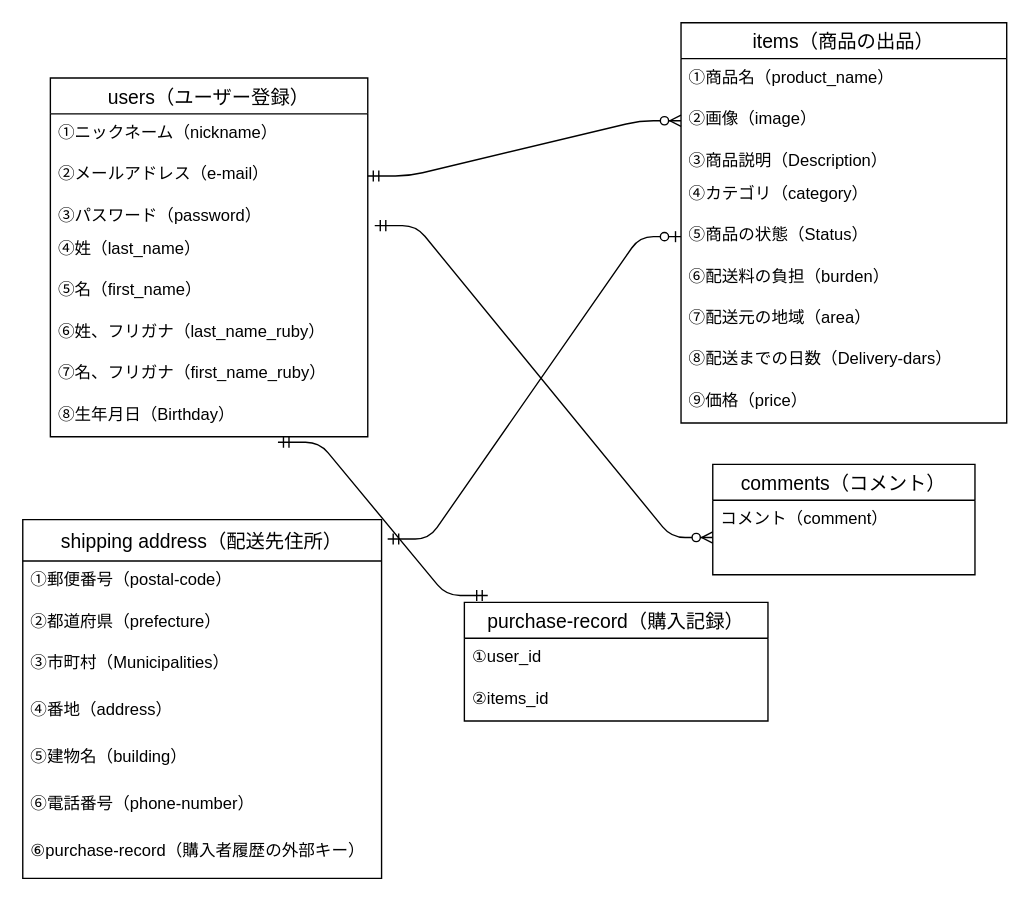
Earlier version of the draw.io diagram test.dio (GYO002/furima-35723). Source tidied: cells renumbered, new cells numbered last; positions are measured from the earlier drawing's top-left corner, leaving out a move shared by most shapes. Both pictures are drawn from the tidied source at 138%, with x=0, y=0 at pixel (22, 22).
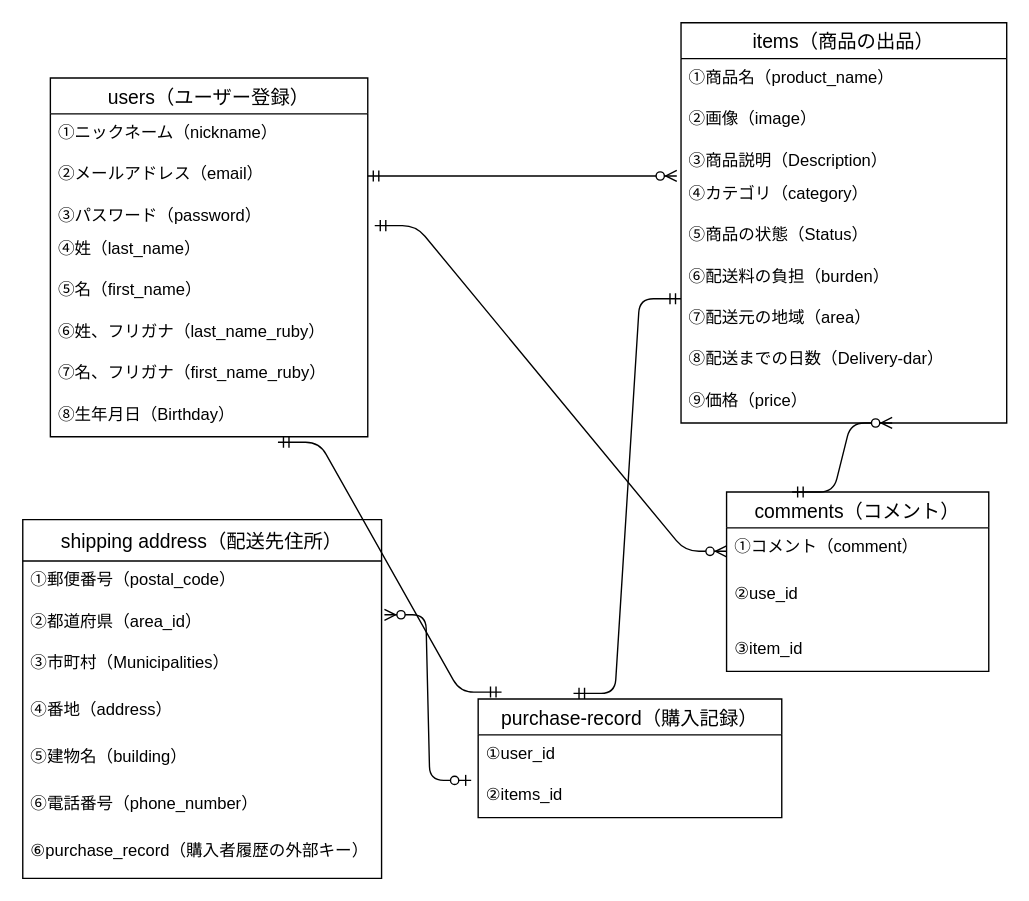
Above is the later version.

The change refers to these unchanged cells:
```xml
<mxCell id="2" value="users（ユーザー登録）" style="swimlane;fontStyle=0;horizontal=1;startSize=26;align=center;fontSize=14;" parent="1" vertex="1">
  <mxGeometry x="20" y="40" width="230" height="260" as="geometry" />
</mxCell>
<mxCell id="11" value="items（商品の出品）" style="swimlane;fontStyle=0;horizontal=1;startSize=26;align=center;fontSize=14;" parent="1" vertex="1">
  <mxGeometry x="477" width="236" height="290" as="geometry" />
</mxCell>
<mxCell id="13" value="②画像（image）" style="text;strokeColor=none;fillColor=none;spacingLeft=4;spacingRight=4;overflow=hidden;points=[[0,0.5],[1,0.5]];portConstraint=eastwest;fontSize=12;verticalAlign=top;" parent="11" vertex="1">
  <mxGeometry y="56" width="236" height="30" as="geometry" />
</mxCell>
<mxCell id="14" value="③商品説明（Description）" style="text;strokeColor=none;fillColor=none;spacingLeft=4;spacingRight=4;overflow=hidden;points=[[0,0.5],[1,0.5]];portConstraint=eastwest;fontSize=12;" parent="11" vertex="1">
  <mxGeometry y="86" width="236" height="24" as="geometry" />
</mxCell>
<mxCell id="16" value="⑤商品の状態（Status）" style="text;strokeColor=none;fillColor=none;spacingLeft=4;spacingRight=4;overflow=hidden;points=[[0,0.5],[1,0.5]];portConstraint=eastwest;fontSize=12;verticalAlign=top;" parent="11" vertex="1">
  <mxGeometry y="140" width="236" height="30" as="geometry" />
</mxCell>
<mxCell id="21" value="shipping address（配送先住所）" style="swimlane;fontStyle=0;horizontal=1;startSize=30;align=center;fontSize=14;" parent="1" vertex="1">
  <mxGeometry y="360" width="260" height="260" as="geometry" />
</mxCell>
<mxCell id="31" value="②items_id" style="text;strokeColor=none;fillColor=none;spacingLeft=4;spacingRight=4;overflow=hidden;points=[[0,0.5],[1,0.5]];portConstraint=eastwest;fontSize=12;" parent="29" vertex="1">
  <mxGeometry y="56" width="220" height="30" as="geometry" />
</mxCell>
```

Diff of the diagram source:
```diff
@@
-    <mxCell id="4" value="②メールアドレス（e-mail）" style="text;strokeColor=none;fillColor=none;spacingLeft=4;spacingRight=4;overflow=hidden;points=[[0,0.5],[1,0.5]];portConstraint=eastwest;fontSize=12;" parent="2" vertex="1">
+    <mxCell id="4" value="②メールアドレス（email）" style="text;strokeColor=none;fillColor=none;spacingLeft=4;spacingRight=4;overflow=hidden;points=[[0,0.5],[1,0.5]];portConstraint=eastwest;fontSize=12;" parent="2" vertex="1">
       <mxGeometry y="56" width="230" height="30" as="geometry" />
     </mxCell>
@@
-    <mxCell id="19" value="⑧配送までの日数（Delivery-dars）" style="text;strokeColor=none;fillColor=none;spacingLeft=4;spacingRight=4;overflow=hidden;fontSize=12;verticalAlign=top;" parent="11" vertex="1">
+    <mxCell id="19" value="⑧配送までの日数（Delivery-dar）" style="text;strokeColor=none;fillColor=none;spacingLeft=4;spacingRight=4;overflow=hidden;fontSize=12;verticalAlign=top;" parent="11" vertex="1">
       <mxGeometry y="230" width="236" height="30" as="geometry" />
     </mxCell>
@@
-    <mxCell id="22" value="①郵便番号（postal-code）" style="text;strokeColor=none;fillColor=none;spacingLeft=4;spacingRight=4;overflow=hidden;fontSize=12;" parent="21" vertex="1">
+    <mxCell id="22" value="①郵便番号（postal_code）" style="text;strokeColor=none;fillColor=none;spacingLeft=4;spacingRight=4;overflow=hidden;fontSize=12;" parent="21" vertex="1">
       <mxGeometry y="30" width="260" height="30" as="geometry" />
     </mxCell>
-    <mxCell id="23" value="②都道府県（prefecture）" style="text;strokeColor=none;fillColor=none;spacingLeft=4;spacingRight=4;overflow=hidden;points=[[0,0.5],[1,0.5]];portConstraint=eastwest;fontSize=12;" parent="21" vertex="1">
+    <mxCell id="23" value="②都道府県（area_id）" style="text;strokeColor=none;fillColor=none;spacingLeft=4;spacingRight=4;overflow=hidden;points=[[0,0.5],[1,0.5]];portConstraint=eastwest;fontSize=12;" parent="21" vertex="1">
       <mxGeometry y="60" width="260" height="30" as="geometry" />
     </mxCell>
@@
-    <mxCell id="27" value="⑥電話番号（phone-number）" style="text;strokeColor=none;fillColor=none;spacingLeft=4;spacingRight=4;overflow=hidden;fontSize=12;" parent="21" vertex="1">
+    <mxCell id="27" value="⑥電話番号（phone_number）" style="text;strokeColor=none;fillColor=none;spacingLeft=4;spacingRight=4;overflow=hidden;fontSize=12;" parent="21" vertex="1">
       <mxGeometry y="192" width="260" height="34" as="geometry" />
     </mxCell>
-    <mxCell id="28" value="⑥purchase-record（購入者履歴の外部キー）" style="text;strokeColor=none;fillColor=none;spacingLeft=4;spacingRight=4;overflow=hidden;fontSize=12;" parent="21" vertex="1">
+    <mxCell id="28" value="⑥purchase_record（購入者履歴の外部キー）" style="text;strokeColor=none;fillColor=none;spacingLeft=4;spacingRight=4;overflow=hidden;fontSize=12;" parent="21" vertex="1">
       <mxGeometry y="226" width="260" height="34" as="geometry" />
     </mxCell>
     <mxCell id="29" value="purchase-record（購入記録）" style="swimlane;fontStyle=0;horizontal=1;startSize=26;align=center;fontSize=14;" parent="1" vertex="1">
-      <mxGeometry x="320" y="420" width="220" height="86" as="geometry" />
+      <mxGeometry x="330" y="490" width="220" height="86" as="geometry" />
     </mxCell>
@@
     <mxCell id="32" value="comments（コメント）" style="swimlane;fontStyle=0;horizontal=1;startSize=26;align=center;fontSize=14;" parent="1" vertex="1">
-      <mxGeometry x="500" y="320" width="190" height="80" as="geometry" />
+      <mxGeometry x="510" y="340" width="190" height="130" as="geometry" />
     </mxCell>
-    <mxCell id="33" value="コメント（comment）" style="text;strokeColor=none;fillColor=none;spacingLeft=4;spacingRight=4;overflow=hidden;points=[[0,0.5],[1,0.5]];portConstraint=eastwest;fontSize=12;" parent="32" vertex="1">
-      <mxGeometry y="26" width="190" height="54" as="geometry" />
+    <mxCell id="33" value="①コメント（comment）" style="text;strokeColor=none;fillColor=none;spacingLeft=4;spacingRight=4;overflow=hidden;points=[[0,0.5],[1,0.5]];portConstraint=eastwest;fontSize=12;" parent="32" vertex="1">
+      <mxGeometry y="26" width="190" height="34" as="geometry" />
     </mxCell>
+    <mxCell id="38" value="②use_id" style="text;strokeColor=none;fillColor=none;spacingLeft=4;spacingRight=4;overflow=hidden;fontSize=12;verticalAlign=top;" parent="32" vertex="1">
+      <mxGeometry y="60" width="190" height="40" as="geometry" />
+    </mxCell>
+    <mxCell id="39" value="③item_id" style="text;strokeColor=none;fillColor=none;spacingLeft=4;spacingRight=4;overflow=hidden;fontSize=12;verticalAlign=top;" parent="32" vertex="1">
+      <mxGeometry y="100" width="190" height="30" as="geometry" />
+    </mxCell>
-    <mxCell id="34" style="edgeStyle=entityRelationEdgeStyle;fontSize=12;html=1;endArrow=ERzeroToMany;startArrow=ERmandOne;exitX=1;exitY=0.5;exitDx=0;exitDy=0;entryX=0;entryY=0.5;entryDx=0;entryDy=0;" parent="1" edge="1" source="4" target="13">
+    <mxCell id="34" style="edgeStyle=entityRelationEdgeStyle;fontSize=12;html=1;endArrow=ERzeroToMany;startArrow=ERmandOne;exitX=1;exitY=0.5;exitDx=0;exitDy=0;entryX=-0.013;entryY=1.042;entryDx=0;entryDy=0;entryPerimeter=0;" parent="1" edge="1" source="4" target="14">
       <mxGeometry relative="1" as="geometry" />
     </mxCell>
@@
-    <mxCell id="36" style="edgeStyle=entityRelationEdgeStyle;fontSize=12;html=1;endArrow=ERzeroToOne;startArrow=ERmandOne;entryX=0;entryY=0.5;entryDx=0;entryDy=0;exitX=1.017;exitY=0.054;exitDx=0;exitDy=0;exitPerimeter=0;" parent="1" edge="1" source="21" target="16">
-      <mxGeometry relative="1" as="geometry" />
-    </mxCell>
@@
+    <mxCell id="40" style="edgeStyle=entityRelationEdgeStyle;fontSize=12;html=1;endArrow=ERmandOne;startArrow=ERmandOne;exitX=0.314;exitY=-0.047;exitDx=0;exitDy=0;exitPerimeter=0;" parent="1" edge="1" source="29">
+      <mxGeometry relative="1" as="geometry">
+        <mxPoint x="477" y="200" as="targetPoint" />
+      </mxGeometry>
+    </mxCell>
+    <mxCell id="41" style="edgeStyle=entityRelationEdgeStyle;fontSize=12;html=1;endArrow=ERzeroToMany;startArrow=ERmandOne;exitX=0.25;exitY=0;exitDx=0;exitDy=0;" parent="1" edge="1" source="32">
+      <mxGeometry relative="1" as="geometry">
+        <mxPoint x="630" y="290" as="targetPoint" />
+      </mxGeometry>
+    </mxCell>
+    <mxCell id="42" style="edgeStyle=entityRelationEdgeStyle;fontSize=12;html=1;endArrow=ERzeroToMany;startArrow=ERzeroToOne;entryX=1.008;entryY=0.3;entryDx=0;entryDy=0;entryPerimeter=0;exitX=-0.023;exitY=0.1;exitDx=0;exitDy=0;exitPerimeter=0;" parent="1" edge="1" source="31" target="23">
+      <mxGeometry relative="1" as="geometry" />
+    </mxCell>
```
